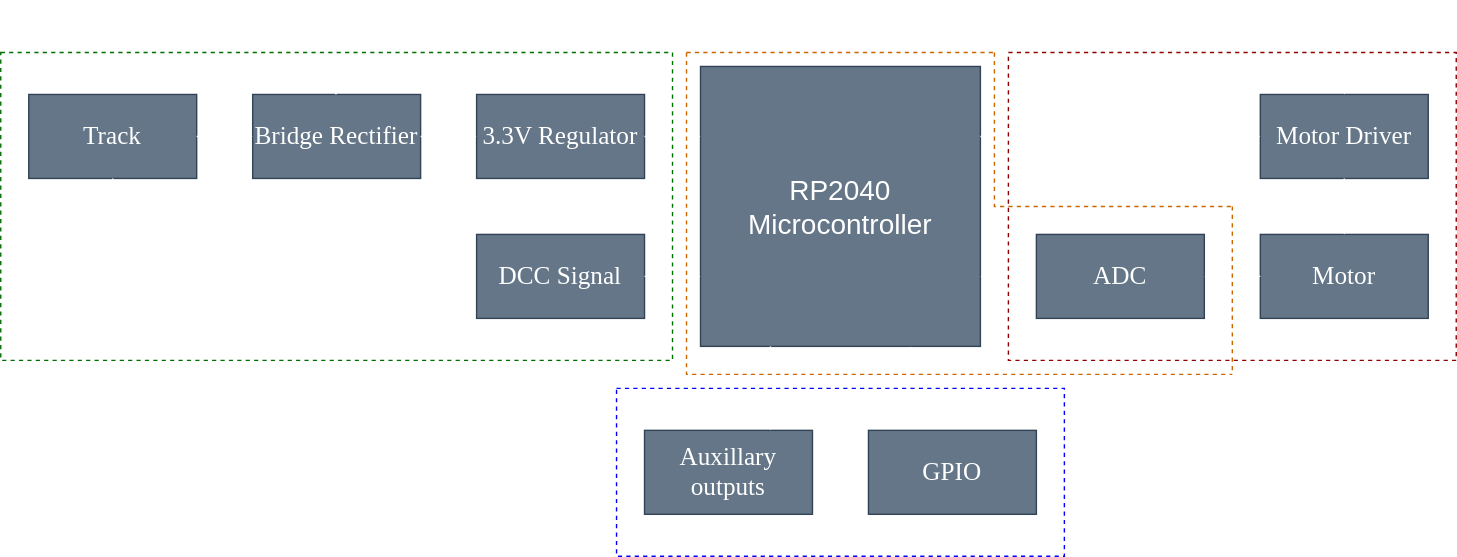
The draw.io diagram Block_Diagram.svg in gab-k/RP2040-Decoder, before a commit. Source tidied: cells renumbered, new cells last; positions are measured from the earlier drawing's top-left corner, leaving out a move shared by most shapes.
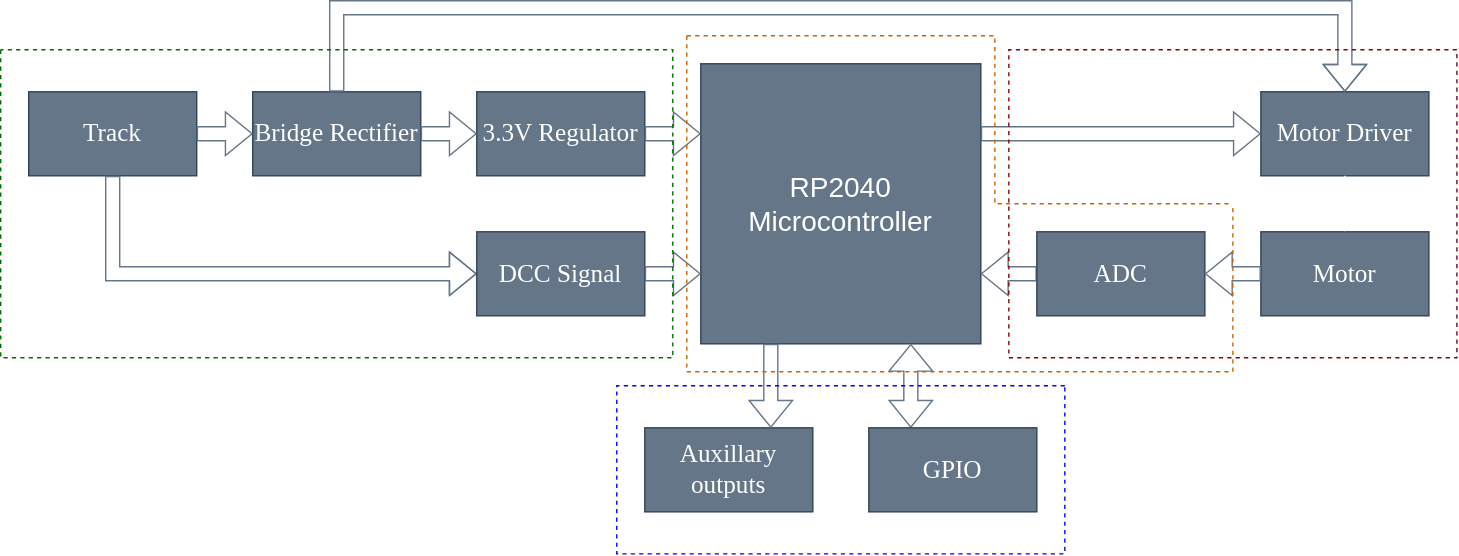
Later version of the same file.

Change to the diagram source:
```diff
@@ -5,7 +5,7 @@
     <mxCell id="2" value="&lt;div style=&quot;font-size: 20px&quot;&gt;&lt;font style=&quot;font-size: 20px&quot;&gt;RP2040&lt;/font&gt;&lt;/div&gt;&lt;div style=&quot;font-size: 20px&quot;&gt;&lt;font style=&quot;font-size: 20px&quot;&gt;Microcontroller&lt;br&gt;&lt;/font&gt;&lt;/div&gt;" style="rounded=0;whiteSpace=wrap;html=1;fillColor=#647687;fontColor=#ffffff;strokeColor=#314354;" parent="1" vertex="1">
       <mxGeometry x="500" y="40" width="200" height="200" as="geometry" />
     </mxCell>
-    <mxCell id="3" style="endArrow=classic;startArrow=classic;html=1;rounded=0;fontFamily=Verdana;fontSize=18;fontColor=#FFFFFF;exitX=0.75;exitY=1;exitDx=0;exitDy=0;strokeColor=#FFFFFF;entryX=0.25;entryY=0;entryDx=0;entryDy=0;" parent="1" edge="1" source="2" target="4">
+    <mxCell id="3" style="endArrow=classic;startArrow=classic;html=1;rounded=0;fontFamily=Helvetica;fontSize=11;fontColor=default;exitX=0.75;exitY=1;exitDx=0;exitDy=0;strokeColor=#647687;entryX=0.25;entryY=0;entryDx=0;entryDy=0;shape=flexArrow;strokeWidth=1;fillColor=default;gradientColor=none;" parent="1" edge="1" source="2" target="4">
       <mxGeometry relative="1" as="geometry" />
     </mxCell>
     <mxCell id="4" value="GPIO" style="rounded=0;whiteSpace=wrap;html=1;fontFamily=Verdana;fontSize=18;fontColor=#ffffff;fillColor=#647687;strokeColor=#314354;" parent="1" vertex="1">
@@ -14,13 +14,13 @@
     <mxCell id="5" value="&lt;div&gt;Auxillary outputs&lt;/div&gt;" style="rounded=0;whiteSpace=wrap;html=1;fontFamily=Verdana;fontSize=18;fontColor=#ffffff;fillColor=#647687;strokeColor=#314354;" parent="1" vertex="1">
       <mxGeometry x="460" y="300" width="120" height="60" as="geometry" />
     </mxCell>
-    <mxCell id="6" style="endArrow=classic;html=1;rounded=0;strokeColor=#FFFFFF;entryX=0.75;entryY=0;entryDx=0;entryDy=0;exitX=0.25;exitY=1;exitDx=0;exitDy=0;" parent="1" edge="1" source="2" target="5">
+    <mxCell id="6" style="endArrow=classic;html=1;rounded=0;strokeColor=#647687;entryX=0.75;entryY=0;entryDx=0;entryDy=0;exitX=0.25;exitY=1;exitDx=0;exitDy=0;shape=flexArrow;strokeWidth=1;fillColor=default;gradientColor=none;" parent="1" edge="1" source="2" target="5">
       <mxGeometry relative="1" as="geometry" />
     </mxCell>
     <mxCell id="7" value="Motor Driver" style="rounded=0;whiteSpace=wrap;html=1;fontFamily=Verdana;fontSize=18;fontColor=#ffffff;fillColor=#647687;strokeColor=#314354;" parent="1" vertex="1">
       <mxGeometry x="900" y="60" width="120" height="60" as="geometry" />
     </mxCell>
-    <mxCell id="8" style="endArrow=classic;html=1;rounded=0;strokeColor=#FFFFFF;exitX=1;exitY=0.25;exitDx=0;exitDy=0;entryX=0;entryY=0.5;entryDx=0;entryDy=0;" parent="1" edge="1" source="2" target="7">
+    <mxCell id="8" style="endArrow=classic;html=1;rounded=0;strokeColor=#647687;exitX=1;exitY=0.25;exitDx=0;exitDy=0;entryX=0;entryY=0.5;entryDx=0;entryDy=0;strokeWidth=1;fillColor=default;gradientColor=none;shape=flexArrow;" parent="1" edge="1" source="2" target="7">
       <mxGeometry relative="1" as="geometry" />
     </mxCell>
     <mxCell id="9" value="Motor" style="rounded=0;whiteSpace=wrap;html=1;fontFamily=Verdana;fontSize=18;fontColor=#ffffff;fillColor=#647687;strokeColor=#314354;" parent="1" vertex="1">
@@ -29,21 +29,23 @@
     <mxCell id="10" style="endArrow=classic;html=1;rounded=0;strokeColor=#FFFFFF;entryX=0.5;entryY=0;entryDx=0;entryDy=0;exitX=0.5;exitY=1;exitDx=0;exitDy=0;" parent="1" edge="1" source="7" target="9">
       <mxGeometry relative="1" as="geometry" />
     </mxCell>
-    <mxCell id="11" style="endArrow=classic;html=1;rounded=0;strokeColor=#FFFFFF;entryX=1;entryY=0.75;entryDx=0;entryDy=0;exitX=0;exitY=0.5;exitDx=0;exitDy=0;" parent="1" edge="1" source="14" target="2">
+    <mxCell id="11" style="endArrow=classic;html=1;rounded=0;strokeColor=#647687;entryX=1;entryY=0.75;entryDx=0;entryDy=0;exitX=0;exitY=0.5;exitDx=0;exitDy=0;shape=flexArrow;strokeWidth=1;fillColor=default;gradientColor=none;" parent="1" edge="1" source="14" target="2">
       <mxGeometry relative="1" as="geometry" />
     </mxCell>
     <mxCell id="12" value="Track" style="rounded=0;whiteSpace=wrap;html=1;fontFamily=Verdana;fontSize=18;fontColor=#ffffff;fillColor=#647687;strokeColor=#314354;" parent="1" vertex="1">
       <mxGeometry x="20" y="60" width="120" height="60" as="geometry" />
     </mxCell>
-    <mxCell id="13" style="endArrow=classic;html=1;rounded=0;strokeColor=#FFFFFF;entryX=0;entryY=0.5;entryDx=0;entryDy=0;" parent="1" edge="1" target="16">
+    <mxCell id="13" style="endArrow=classic;html=1;rounded=0;strokeColor=#647687;entryX=0;entryY=0.5;entryDx=0;entryDy=0;exitX=0.5;exitY=1;exitDx=0;exitDy=0;shape=flexArrow;strokeWidth=1;fillColor=default;gradientColor=none;" parent="1" edge="1" source="12" target="16">
       <mxGeometry relative="1" as="geometry">
-        <mxPoint x="80" y="190" as="sourcePoint" />
+        <Array as="points">
+          <mxPoint x="80" y="190" />
+        </Array>
       </mxGeometry>
     </mxCell>
     <mxCell id="14" value="ADC" style="rounded=0;whiteSpace=wrap;html=1;fontFamily=Verdana;fontSize=18;fontColor=#ffffff;fillColor=#647687;strokeColor=#314354;" parent="1" vertex="1">
       <mxGeometry x="740" y="160" width="120" height="60" as="geometry" />
     </mxCell>
-    <mxCell id="15" style="endArrow=classic;html=1;rounded=0;strokeColor=#FFFFFF;entryX=1;entryY=0.5;entryDx=0;entryDy=0;exitX=0;exitY=0.5;exitDx=0;exitDy=0;" parent="1" edge="1" source="9" target="14">
+    <mxCell id="15" style="endArrow=classic;html=1;rounded=0;strokeColor=#647687;entryX=1;entryY=0.5;entryDx=0;entryDy=0;exitX=0;exitY=0.5;exitDx=0;exitDy=0;shape=flexArrow;strokeWidth=1;fillColor=default;gradientColor=none;" parent="1" edge="1" source="9" target="14">
       <mxGeometry relative="1" as="geometry" />
     </mxCell>
     <mxCell id="16" value="DCC Signal" style="rounded=0;whiteSpace=wrap;html=1;fontFamily=Verdana;fontSize=18;fontColor=#ffffff;fillColor=#647687;strokeColor=#314354;" parent="1" vertex="1">
@@ -52,78 +54,81 @@
     <mxCell id="17" value="Bridge Rectifier" style="rounded=0;whiteSpace=wrap;html=1;fontFamily=Verdana;fontSize=18;fontColor=#ffffff;fillColor=#647687;strokeColor=#314354;" parent="1" vertex="1">
       <mxGeometry x="180" y="60" width="120" height="60" as="geometry" />
     </mxCell>
-    <mxCell id="18" style="endArrow=classic;html=1;rounded=0;strokeColor=#FFFFFF;exitX=1;exitY=0.5;exitDx=0;exitDy=0;entryX=0;entryY=0.5;entryDx=0;entryDy=0;" parent="1" edge="1" source="12" target="17">
+    <mxCell id="18" style="endArrow=classic;html=1;rounded=0;strokeColor=#647687;exitX=1;exitY=0.5;exitDx=0;exitDy=0;entryX=0;entryY=0.5;entryDx=0;entryDy=0;shape=flexArrow;strokeWidth=1;fillColor=default;gradientColor=none;" parent="1" edge="1" source="12" target="17">
       <mxGeometry relative="1" as="geometry" />
     </mxCell>
     <mxCell id="19" value="3.3V Regulator" style="rounded=0;whiteSpace=wrap;html=1;fontFamily=Verdana;fontSize=18;fontColor=#ffffff;fillColor=#647687;strokeColor=#314354;" parent="1" vertex="1">
       <mxGeometry x="340" y="60" width="120" height="60" as="geometry" />
     </mxCell>
-    <mxCell id="20" style="endArrow=classic;html=1;rounded=0;strokeColor=#FFFFFF;exitX=1;exitY=0.5;exitDx=0;exitDy=0;entryX=0;entryY=0.25;entryDx=0;entryDy=0;" parent="1" edge="1" source="19" target="2">
+    <mxCell id="20" style="endArrow=classic;html=1;rounded=0;strokeColor=#647687;exitX=1;exitY=0.5;exitDx=0;exitDy=0;entryX=0;entryY=0.25;entryDx=0;entryDy=0;shape=flexArrow;strokeWidth=1;fillColor=default;gradientColor=none;" parent="1" edge="1" source="19" target="2">
       <mxGeometry relative="1" as="geometry" />
     </mxCell>
-    <mxCell id="21" style="endArrow=classic;html=1;rounded=0;strokeColor=#FFFFFF;entryX=0;entryY=0.5;entryDx=0;entryDy=0;exitX=1;exitY=0.5;exitDx=0;exitDy=0;" parent="1" edge="1" source="17" target="19">
+    <mxCell id="21" style="endArrow=classic;html=1;rounded=0;strokeColor=#647687;entryX=0;entryY=0.5;entryDx=0;entryDy=0;exitX=1;exitY=0.5;exitDx=0;exitDy=0;shape=flexArrow;strokeWidth=1;fillColor=default;gradientColor=none;" parent="1" edge="1" source="17" target="19">
       <mxGeometry relative="1" as="geometry" />
     </mxCell>
-    <mxCell id="22" style="endArrow=none;html=1;rounded=0;entryX=0.5;entryY=1;entryDx=0;entryDy=0;strokeColor=#FFFFFF;" parent="1" edge="1" target="12">
-      <mxGeometry relative="1" as="geometry">
-        <mxPoint x="80" y="190" as="sourcePoint" />
-      </mxGeometry>
-    </mxCell>
-    <mxCell id="23" style="endArrow=classic;html=1;rounded=0;strokeColor=#FFFFFF;entryX=0.5;entryY=0;entryDx=0;entryDy=0;" parent="1" edge="1" target="7">
+    <mxCell id="23" style="endArrow=classic;html=1;rounded=0;strokeColor=#647687;entryX=0.5;entryY=0;entryDx=0;entryDy=0;exitX=0.5;exitY=0;exitDx=0;exitDy=0;shape=flexArrow;strokeWidth=1;fillColor=default;gradientColor=none;" parent="1" edge="1" source="17" target="7">
       <mxGeometry relative="1" as="geometry">
-        <mxPoint x="960" as="sourcePoint" />
+        <Array as="points">
+          <mxPoint x="240" />
+          <mxPoint x="960" />
+        </Array>
       </mxGeometry>
     </mxCell>
-    <mxCell id="24" style="endArrow=classic;html=1;rounded=0;strokeColor=#FFFFFF;exitX=1;exitY=0.5;exitDx=0;exitDy=0;entryX=0;entryY=0.75;entryDx=0;entryDy=0;" parent="1" edge="1" source="16" target="2">
+    <mxCell id="24" style="endArrow=classic;html=1;rounded=0;strokeColor=#647687;exitX=1;exitY=0.5;exitDx=0;exitDy=0;entryX=0;entryY=0.75;entryDx=0;entryDy=0;shape=flexArrow;strokeWidth=1;fillColor=default;gradientColor=none;" parent="1" edge="1" source="16" target="2">
       <mxGeometry relative="1" as="geometry" />
     </mxCell>
-    <mxCell id="25" style="endArrow=none;html=1;rounded=0;strokeColor=#FFFFFF;" parent="1" edge="1">
-      <mxGeometry relative="1" as="geometry">
-        <mxPoint x="239.5" y="60" as="sourcePoint" />
-        <mxPoint x="960" as="targetPoint" />
-        <Array as="points">
-          <mxPoint x="240" />
-        </Array>
-      </mxGeometry>
-    </mxCell>
-    <mxCell id="26" style="rounded=0;whiteSpace=wrap;html=1;fontFamily=Lucida Console;fontSize=20;fillColor=none;strokeColor=#006E00;dashed=1;" parent="1" vertex="1">
-      <mxGeometry y="30" width="480" height="220" as="geometry" />
-    </mxCell>
-    <mxCell id="27" style="rounded=0;whiteSpace=wrap;html=1;fontFamily=Lucida Console;fontSize=20;fillColor=none;strokeColor=#910000;dashed=1;" parent="1" vertex="1">
-      <mxGeometry x="720" y="30" width="320" height="220" as="geometry" />
-    </mxCell>
-    <mxCell id="28" style="rounded=0;whiteSpace=wrap;html=1;fontFamily=Lucida Console;fontSize=20;fillColor=none;strokeColor=#0000FF;dashed=1;" parent="1" vertex="1">
-      <mxGeometry x="440" y="270" width="320" height="120" as="geometry" />
-    </mxCell>
-    <mxCell id="29" style="endArrow=none;html=1;rounded=0;fontFamily=Lucida Console;fontSize=20;strokeColor=#CC6600;dashed=1;" parent="1" edge="1">
-      <mxGeometry relative="1" as="geometry">
-        <mxPoint x="490" y="30" as="sourcePoint" />
-        <mxPoint x="710" y="30" as="targetPoint" />
-      </mxGeometry>
-    </mxCell>
     <mxCell id="30" style="endArrow=none;html=1;rounded=0;fontFamily=Lucida Console;fontSize=20;strokeColor=#CC6600;dashed=1;" parent="1" edge="1">
       <mxGeometry relative="1" as="geometry">
-        <mxPoint x="710" y="30" as="sourcePoint" />
+        <mxPoint x="490" y="20" as="sourcePoint" />
         <mxPoint x="880" y="140" as="targetPoint" />
         <Array as="points">
+          <mxPoint x="710" y="20" />
           <mxPoint x="710" y="140" />
         </Array>
       </mxGeometry>
     </mxCell>
-    <mxCell id="31" style="endArrow=none;html=1;rounded=0;fontFamily=Lucida Console;fontSize=20;strokeColor=#CC6600;dashed=1;" parent="1" edge="1">
-      <mxGeometry relative="1" as="geometry">
-        <mxPoint x="880" y="140" as="sourcePoint" />
-        <mxPoint x="880" y="260" as="targetPoint" />
-      </mxGeometry>
-    </mxCell>
     <mxCell id="32" style="endArrow=none;html=1;rounded=0;fontFamily=Lucida Console;fontSize=20;strokeColor=#CC6600;dashed=1;" parent="1" edge="1">
       <mxGeometry relative="1" as="geometry">
-        <mxPoint x="490" y="30" as="sourcePoint" />
-        <mxPoint x="880" y="260" as="targetPoint" />
+        <mxPoint x="490" y="20" as="sourcePoint" />
+        <mxPoint x="880" y="140" as="targetPoint" />
         <Array as="points">
           <mxPoint x="490" y="260" />
+          <mxPoint x="880" y="260" />
         </Array>
       </mxGeometry>
     </mxCell>
+    <mxCell id="33" style="endArrow=none;html=1;rounded=0;dashed=1;strokeColor=#006E00;" parent="1" edge="1">
+      <mxGeometry relative="1" as="geometry">
+        <mxPoint y="30" as="sourcePoint" />
+        <mxPoint y="30" as="targetPoint" />
+        <Array as="points">
+          <mxPoint y="250" />
+          <mxPoint x="480" y="250" />
+          <mxPoint x="480" y="30" />
+        </Array>
+      </mxGeometry>
+    </mxCell>
+    <mxCell id="34" style="endArrow=none;html=1;rounded=0;dashed=1;strokeColor=#910000;" parent="1" edge="1">
+      <mxGeometry relative="1" as="geometry">
+        <mxPoint x="1040" y="30" as="sourcePoint" />
+        <mxPoint x="1040" y="30" as="targetPoint" />
+        <Array as="points">
+          <mxPoint x="720" y="30" />
+          <mxPoint x="720" y="250" />
+          <mxPoint x="1040" y="250" />
+        </Array>
+      </mxGeometry>
+    </mxCell>
+    <mxCell id="35" style="endArrow=none;dashed=1;html=1;rounded=0;strokeColor=#0000FF;" parent="1" edge="1">
+      <mxGeometry relative="1" as="geometry">
+        <mxPoint x="760" y="270" as="sourcePoint" />
+        <mxPoint x="760" y="270" as="targetPoint" />
+        <Array as="points">
+          <mxPoint x="440" y="270" />
+          <mxPoint x="440" y="390" />
+          <mxPoint x="760" y="390" />
+        </Array>
+      </mxGeometry>
+    </mxCell>
   </root>
 </mxGraphModel>
```
